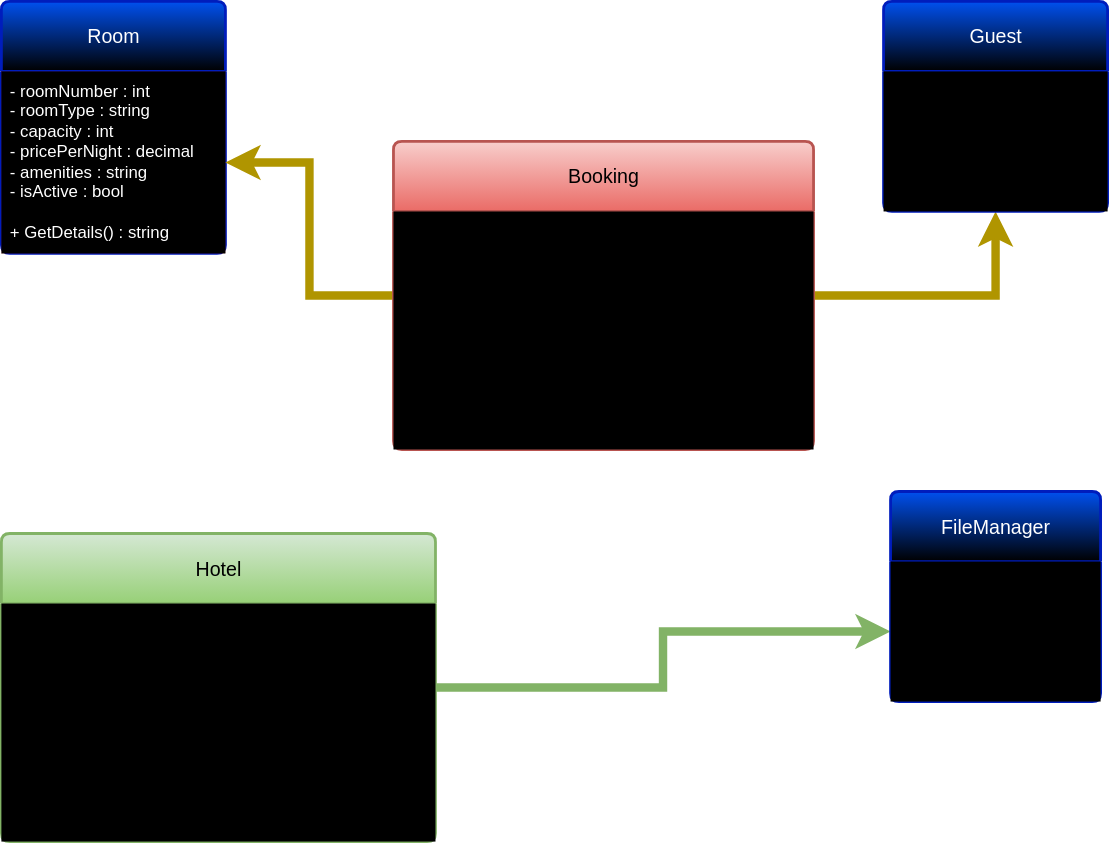
This is osztalydiagram.svg from kispalviktor/12I_ElsoProjekt_20262027, a draw.io export, as it was before one commit. Source tidied: cells renumbered, new cells last; positions are measured from the earlier drawing's top-left corner, leaving out a move shared by most shapes.
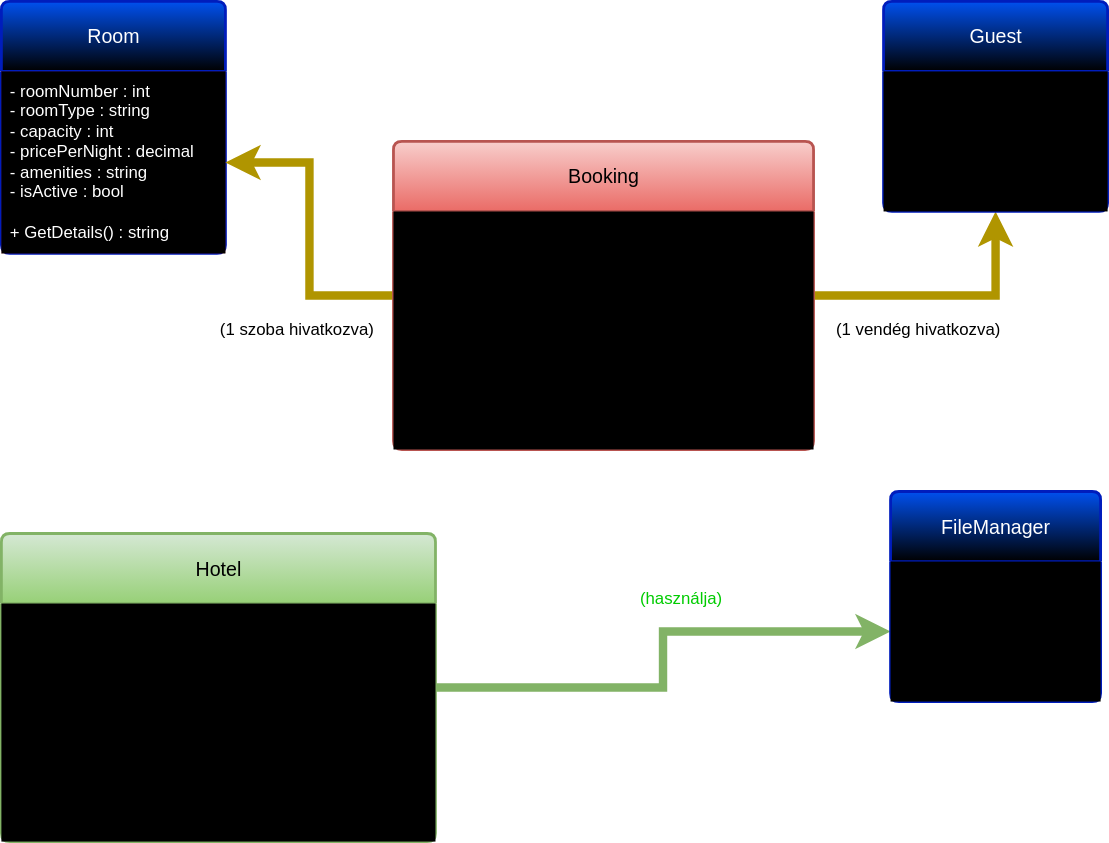
Above is the later version.

Commit message:
osztalydiagram update-elve

What changed in the source:
```diff
@@ -41,5 +41,14 @@
     <mxCell id="14" value="&lt;div&gt;-&amp;nbsp;&lt;span style=&quot;background-color: transparent;&quot;&gt;roomsFilePath : string&lt;/span&gt;&lt;/div&gt;&lt;div&gt;-&amp;nbsp;&lt;span style=&quot;background-color: transparent;&quot;&gt;guestsFilePath : string&lt;/span&gt;&lt;/div&gt;&lt;div&gt;&lt;span style=&quot;background-color: transparent;&quot;&gt;-&amp;nbsp;&lt;/span&gt;&lt;span style=&quot;background-color: transparent;&quot;&gt;bookingsFilePath : string&lt;/span&gt;&lt;/div&gt;&lt;div&gt;&lt;span style=&quot;background-color: transparent;&quot;&gt;&lt;br&gt;&lt;/span&gt;&lt;/div&gt;&lt;div&gt;+&amp;nbsp;LoadAllData() : void&lt;/div&gt;&lt;div&gt;+&amp;nbsp;SaveAllData() : void&lt;/div&gt;" style="align=left;strokeColor=none;fillColor=light-dark(default, #c4c4c4);spacingLeft=4;spacingRight=4;fontSize=12;verticalAlign=top;html=1;whiteSpace=wrap;" parent="13" vertex="1">
       <mxGeometry y="50" width="150" height="100" as="geometry" />
     </mxCell>
+    <mxCell id="15" value="(használja)" style="text;strokeColor=none;fillColor=none;align=left;verticalAlign=top;spacingLeft=4;spacingRight=4;overflow=hidden;whiteSpace=wrap;html=1;fontColor=#00CC00;" parent="1" vertex="1">
+      <mxGeometry x="450" y="412" width="70" height="26" as="geometry" />
+    </mxCell>
+    <mxCell id="16" value="(1 szoba hivatkozva)" style="text;strokeColor=none;fillColor=none;align=left;verticalAlign=top;spacingLeft=4;spacingRight=4;overflow=hidden;whiteSpace=wrap;html=1;fontColor=light-dark(#000000,#FFDD00);" parent="1" vertex="1">
+      <mxGeometry x="150" y="220" width="130" height="26" as="geometry" />
+    </mxCell>
+    <mxCell id="17" value="(1 vendég hivatkozva)" style="text;strokeColor=none;fillColor=none;align=left;verticalAlign=top;spacingLeft=4;spacingRight=4;overflow=hidden;whiteSpace=wrap;html=1;fontColor=light-dark(#000000,#FFDD00);" parent="1" vertex="1">
+      <mxGeometry x="590" y="220" width="130" height="26" as="geometry" />
+    </mxCell>
   </root>
 </mxGraphModel>
```
